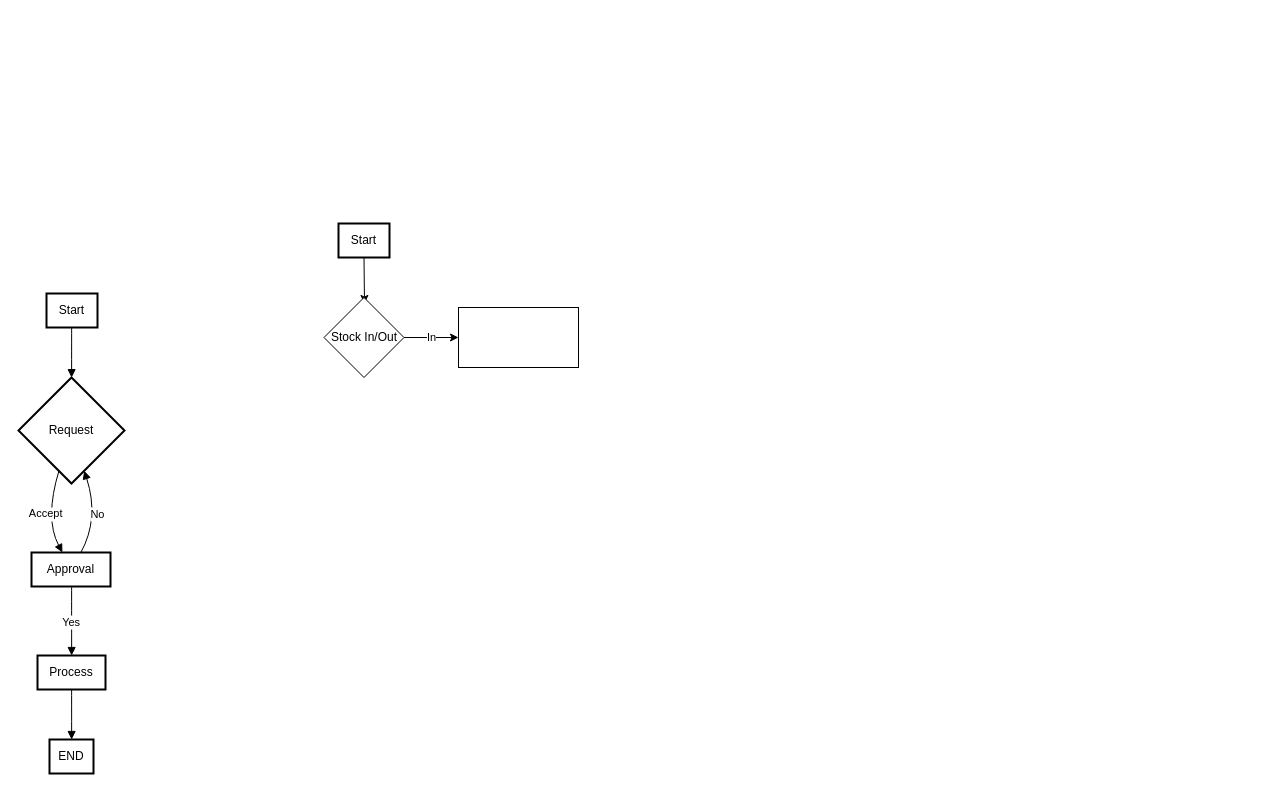
Above: MPL Stock Update Feb 2024.drawio in hulyo-firmansyah/mesinmp-dbdiagram (draw.io), before the change. Source tidied: cells renumbered, new cells numbered last; positions are measured from the earlier drawing's top-left corner, leaving out a move shared by most shapes. Both pictures are drawn from the tidied source at 100%, with x=0, y=0 at pixel (18, 223).
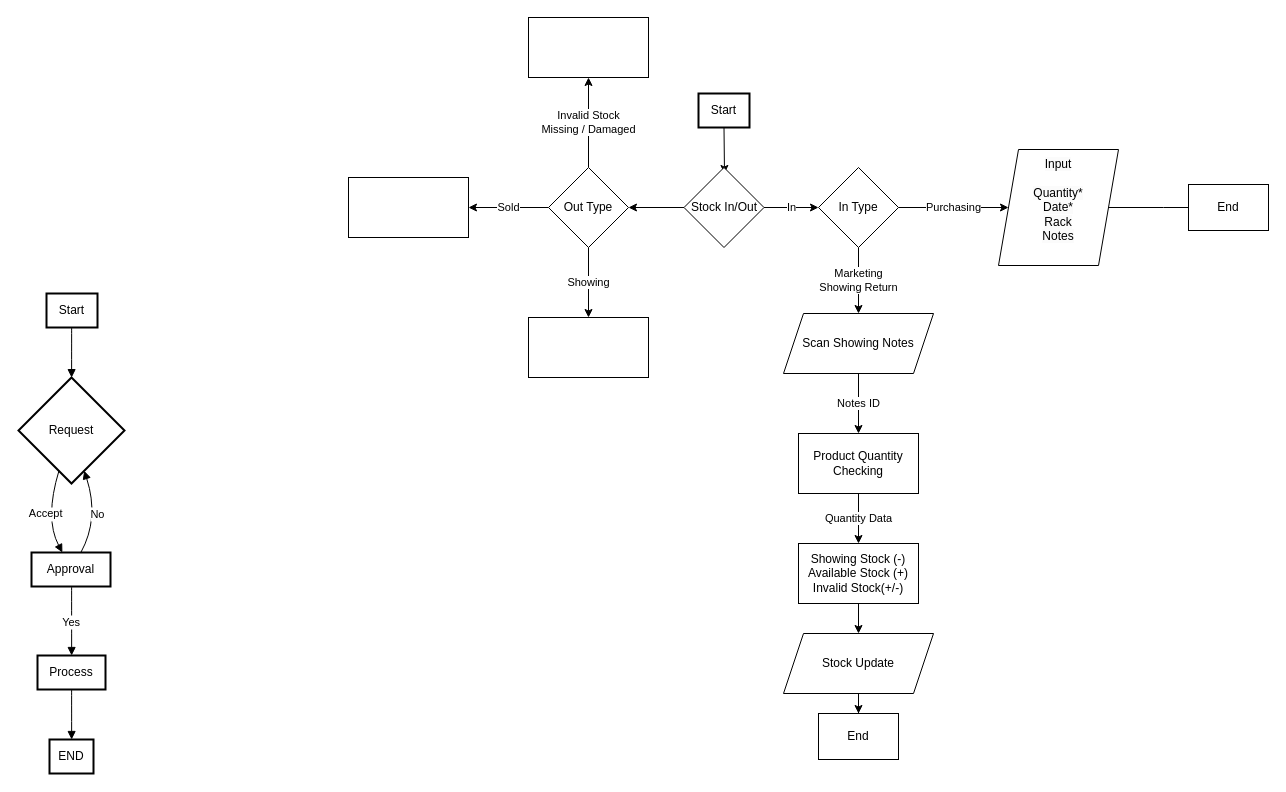
The same page after the edit.

The edit, as a diff of the source:
```diff
@@
     <mxCell id="12" value="Start" style="whiteSpace=wrap;strokeWidth=2;" parent="1" vertex="1">
-      <mxGeometry x="320" width="51" height="34" as="geometry" />
+      <mxGeometry x="680" y="-130" width="51" height="34" as="geometry" />
     </mxCell>
     <mxCell id="13" style="endArrow=classic;html=1;rounded=0;exitX=0.5;exitY=1;exitDx=0;exitDy=0;" parent="1" edge="1" source="12">
       <mxGeometry relative="1" as="geometry">
-        <mxPoint x="346" y="80" as="targetPoint" />
+        <mxPoint x="706" y="-50" as="targetPoint" />
       </mxGeometry>
     </mxCell>
+    <mxCell id="17" style="edgeStyle=orthogonalEdgeStyle;rounded=0;jettySize=auto;html=1;" parent="1" edge="1" source="14" target="35">
+      <mxGeometry relative="1" as="geometry" />
+    </mxCell>
     <mxCell id="14" value="Stock In/Out" style="rhombus;whiteSpace=wrap;html=1;" parent="1" vertex="1">
-      <mxGeometry x="305.5" y="74" width="80" height="80" as="geometry" />
+      <mxGeometry x="665.5" y="-56" width="80" height="80" as="geometry" />
     </mxCell>
     <mxCell id="15" value="In" style="endArrow=classic;html=1;rounded=0;exitX=1;exitY=0.5;exitDx=0;exitDy=0;" parent="1" edge="1" source="14">
       <mxGeometry relative="1" as="geometry">
-        <mxPoint x="440" y="114" as="targetPoint" />
+        <mxPoint x="800" y="-16" as="targetPoint" />
       </mxGeometry>
     </mxCell>
-    <mxCell id="16" style="rounded=0;whiteSpace=wrap;html=1;" parent="1" vertex="1">
-      <mxGeometry x="440" y="84" width="120" height="60" as="geometry" />
-    </mxCell>
+    <mxCell id="18" value="Marketing &lt;br&gt;Showing Return" style="edgeStyle=orthogonalEdgeStyle;rounded=0;jettySize=auto;html=1;" parent="1" edge="1" source="20">
+      <mxGeometry relative="1" as="geometry">
+        <mxPoint x="840" y="90" as="targetPoint" />
+      </mxGeometry>
+    </mxCell>
+    <mxCell id="19" value="Purchasing" style="edgeStyle=orthogonalEdgeStyle;rounded=0;jettySize=auto;html=1;entryX=0;entryY=0.5;entryDx=0;entryDy=0;" parent="1" edge="1" source="20" target="39">
+      <mxGeometry relative="1" as="geometry" />
+    </mxCell>
+    <mxCell id="20" value="In Type" style="rhombus;whiteSpace=wrap;html=1;" parent="1" vertex="1">
+      <mxGeometry x="800" y="-56" width="80" height="80" as="geometry" />
+    </mxCell>
+    <mxCell id="21" style="edgeStyle=orthogonalEdgeStyle;rounded=0;jettySize=auto;html=1;exitX=1;exitY=0.5;exitDx=0;exitDy=0;" parent="1" edge="1" source="39">
+      <mxGeometry relative="1" as="geometry">
+        <mxPoint x="1190" y="-16" as="targetPoint" />
+      </mxGeometry>
+    </mxCell>
+    <mxCell id="22" value="End" style="rounded=0;whiteSpace=wrap;html=1;" parent="1" vertex="1">
+      <mxGeometry x="1170" y="-39" width="80" height="46" as="geometry" />
+    </mxCell>
+    <mxCell id="23" value="Notes ID" style="edgeStyle=orthogonalEdgeStyle;rounded=0;jettySize=auto;html=1;" parent="1" edge="1" source="24" target="26">
+      <mxGeometry relative="1" as="geometry" />
+    </mxCell>
+    <mxCell id="24" value="Scan Showing Notes" style="shape=parallelogram;perimeter=parallelogramPerimeter;whiteSpace=wrap;html=1;fixedSize=1;" parent="1" vertex="1">
+      <mxGeometry x="765" y="90" width="150" height="60" as="geometry" />
+    </mxCell>
+    <mxCell id="25" value="Quantity Data" style="edgeStyle=orthogonalEdgeStyle;rounded=0;jettySize=auto;html=1;" parent="1" edge="1" source="26" target="28">
+      <mxGeometry relative="1" as="geometry" />
+    </mxCell>
+    <mxCell id="26" value="Product Quantity Checking" style="whiteSpace=wrap;html=1;" parent="1" vertex="1">
+      <mxGeometry x="780" y="210" width="120" height="60" as="geometry" />
+    </mxCell>
+    <mxCell id="27" style="edgeStyle=orthogonalEdgeStyle;rounded=0;jettySize=auto;html=1;" parent="1" edge="1" source="28" target="30">
+      <mxGeometry relative="1" as="geometry" />
+    </mxCell>
+    <mxCell id="28" value="Showing Stock (-)&lt;br&gt;Available Stock (+)&lt;br&gt;Invalid Stock(+/-)" style="whiteSpace=wrap;html=1;" parent="1" vertex="1">
+      <mxGeometry x="780" y="320" width="120" height="60" as="geometry" />
+    </mxCell>
+    <mxCell id="29" style="edgeStyle=orthogonalEdgeStyle;rounded=0;jettySize=auto;html=1;" parent="1" edge="1" source="30" target="31">
+      <mxGeometry relative="1" as="geometry" />
+    </mxCell>
+    <mxCell id="30" value="Stock Update" style="shape=parallelogram;perimeter=parallelogramPerimeter;whiteSpace=wrap;html=1;fixedSize=1;" parent="1" vertex="1">
+      <mxGeometry x="765" y="410" width="150" height="60" as="geometry" />
+    </mxCell>
+    <mxCell id="31" value="End" style="rounded=0;whiteSpace=wrap;html=1;" parent="1" vertex="1">
+      <mxGeometry x="800" y="490" width="80" height="46" as="geometry" />
+    </mxCell>
+    <mxCell id="32" value="Showing" style="edgeStyle=orthogonalEdgeStyle;rounded=0;jettySize=auto;html=1;" parent="1" edge="1" source="35" target="36">
+      <mxGeometry relative="1" as="geometry" />
+    </mxCell>
+    <mxCell id="33" value="Sold" style="edgeStyle=orthogonalEdgeStyle;rounded=0;jettySize=auto;html=1;" parent="1" edge="1" source="35" target="37">
+      <mxGeometry relative="1" as="geometry" />
+    </mxCell>
+    <mxCell id="34" value="Invalid Stock&lt;br&gt;Missing / Damaged" style="edgeStyle=orthogonalEdgeStyle;rounded=0;jettySize=auto;html=1;" parent="1" edge="1" source="35" target="38">
+      <mxGeometry relative="1" as="geometry" />
+    </mxCell>
+    <mxCell id="35" value="Out Type" style="rhombus;whiteSpace=wrap;html=1;" parent="1" vertex="1">
+      <mxGeometry x="530" y="-56" width="80" height="80" as="geometry" />
+    </mxCell>
+    <mxCell id="36" style="rounded=0;whiteSpace=wrap;html=1;" parent="1" vertex="1">
+      <mxGeometry x="510" y="94" width="120" height="60" as="geometry" />
+    </mxCell>
+    <mxCell id="37" style="whiteSpace=wrap;html=1;" parent="1" vertex="1">
+      <mxGeometry x="330" y="-46" width="120" height="60" as="geometry" />
+    </mxCell>
+    <mxCell id="38" style="whiteSpace=wrap;html=1;" parent="1" vertex="1">
+      <mxGeometry x="510" y="-206" width="120" height="60" as="geometry" />
+    </mxCell>
+    <mxCell id="39" value="&#10;&lt;span style=&quot;color: rgb(0, 0, 0); font-family: Helvetica; font-size: 12px; font-style: normal; font-variant-ligatures: normal; font-variant-caps: normal; font-weight: 400; letter-spacing: normal; orphans: 2; text-align: center; text-indent: 0px; text-transform: none; widows: 2; word-spacing: 0px; -webkit-text-stroke-width: 0px; background-color: rgb(251, 251, 251); text-decoration-thickness: initial; text-decoration-style: initial; text-decoration-color: initial; float: none; display: inline !important;&quot;&gt;Input&lt;/span&gt;&lt;br style=&quot;border-color: var(--border-color); color: rgb(0, 0, 0); font-family: Helvetica; font-size: 12px; font-style: normal; font-variant-ligatures: normal; font-variant-caps: normal; font-weight: 400; letter-spacing: normal; orphans: 2; text-align: center; text-indent: 0px; text-transform: none; widows: 2; word-spacing: 0px; -webkit-text-stroke-width: 0px; background-color: rgb(251, 251, 251); text-decoration-thickness: initial; text-decoration-style: initial; text-decoration-color: initial;&quot;&gt;&lt;br style=&quot;border-color: var(--border-color); color: rgb(0, 0, 0); font-family: Helvetica; font-size: 12px; font-style: normal; font-variant-ligatures: normal; font-variant-caps: normal; font-weight: 400; letter-spacing: normal; orphans: 2; text-align: center; text-indent: 0px; text-transform: none; widows: 2; word-spacing: 0px; -webkit-text-stroke-width: 0px; background-color: rgb(251, 251, 251); text-decoration-thickness: initial; text-decoration-style: initial; text-decoration-color: initial;&quot;&gt;&lt;span style=&quot;color: rgb(0, 0, 0); font-family: Helvetica; font-size: 12px; font-style: normal; font-variant-ligatures: normal; font-variant-caps: normal; font-weight: 400; letter-spacing: normal; orphans: 2; text-align: center; text-indent: 0px; text-transform: none; widows: 2; word-spacing: 0px; -webkit-text-stroke-width: 0px; background-color: rgb(251, 251, 251); text-decoration-thickness: initial; text-decoration-style: initial; text-decoration-color: initial; float: none; display: inline !important;&quot;&gt;Quantity*&lt;/span&gt;&lt;br style=&quot;border-color: var(--border-color); color: rgb(0, 0, 0); font-family: Helvetica; font-size: 12px; font-style: normal; font-variant-ligatures: normal; font-variant-caps: normal; font-weight: 400; letter-spacing: normal; orphans: 2; text-align: center; text-indent: 0px; text-transform: none; widows: 2; word-spacing: 0px; -webkit-text-stroke-width: 0px; background-color: rgb(251, 251, 251); text-decoration-thickness: initial; text-decoration-style: initial; text-decoration-color: initial;&quot;&gt;&lt;span style=&quot;color: rgb(0, 0, 0); font-family: Helvetica; font-size: 12px; font-style: normal; font-variant-ligatures: normal; font-variant-caps: normal; font-weight: 400; letter-spacing: normal; orphans: 2; text-align: center; text-indent: 0px; text-transform: none; widows: 2; word-spacing: 0px; -webkit-text-stroke-width: 0px; background-color: rgb(251, 251, 251); text-decoration-thickness: initial; text-decoration-style: initial; text-decoration-color: initial; float: none; display: inline !important;&quot;&gt;Date*&lt;/span&gt;&lt;br style=&quot;border-color: var(--border-color); color: rgb(0, 0, 0); font-family: Helvetica; font-size: 12px; font-style: normal; font-variant-ligatures: normal; font-variant-caps: normal; font-weight: 400; letter-spacing: normal; orphans: 2; text-align: center; text-indent: 0px; text-transform: none; widows: 2; word-spacing: 0px; -webkit-text-stroke-width: 0px; background-color: rgb(251, 251, 251); text-decoration-thickness: initial; text-decoration-style: initial; text-decoration-color: initial;&quot;&gt;&lt;span style=&quot;color: rgb(0, 0, 0); font-family: Helvetica; font-size: 12px; font-style: normal; font-variant-ligatures: normal; font-variant-caps: normal; font-weight: 400; letter-spacing: normal; orphans: 2; text-align: center; text-indent: 0px; text-transform: none; widows: 2; word-spacing: 0px; -webkit-text-stroke-width: 0px; background-color: rgb(251, 251, 251); text-decoration-thickness: initial; text-decoration-style: initial; text-decoration-color: initial; float: none; display: inline !important;&quot;&gt;Rack&lt;/span&gt;&lt;br style=&quot;border-color: var(--border-color); color: rgb(0, 0, 0); font-family: Helvetica; font-size: 12px; font-style: normal; font-variant-ligatures: normal; font-variant-caps: normal; font-weight: 400; letter-spacing: normal; orphans: 2; text-align: center; text-indent: 0px; text-transform: none; widows: 2; word-spacing: 0px; -webkit-text-stroke-width: 0px; background-color: rgb(251, 251, 251); text-decoration-thickness: initial; text-decoration-style: initial; text-decoration-color: initial;&quot;&gt;&lt;span style=&quot;color: rgb(0, 0, 0); font-family: Helvetica; font-size: 12px; font-style: normal; font-variant-ligatures: normal; font-variant-caps: normal; font-weight: 400; letter-spacing: normal; orphans: 2; text-align: center; text-indent: 0px; text-transform: none; widows: 2; word-spacing: 0px; -webkit-text-stroke-width: 0px; background-color: rgb(251, 251, 251); text-decoration-thickness: initial; text-decoration-style: initial; text-decoration-color: initial; float: none; display: inline !important;&quot;&gt;Notes&lt;/span&gt;&#10;&#10;" style="shape=parallelogram;perimeter=parallelogramPerimeter;whiteSpace=wrap;html=1;fixedSize=1;" parent="1" vertex="1">
+      <mxGeometry x="980" y="-74" width="120" height="116" as="geometry" />
+    </mxCell>
```
